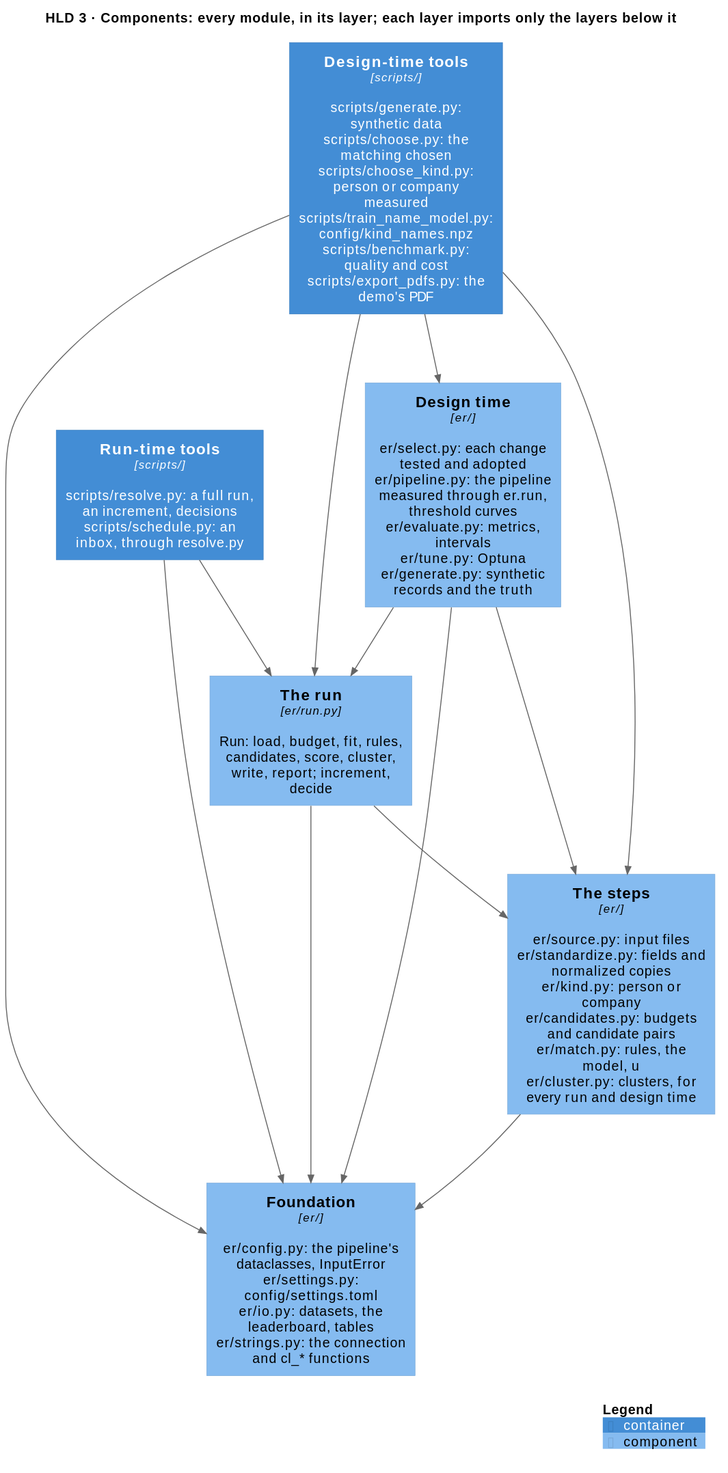
Above: docs/diagrams/components.svg in mvsbm/entity_matching (PlantUML), before the change.
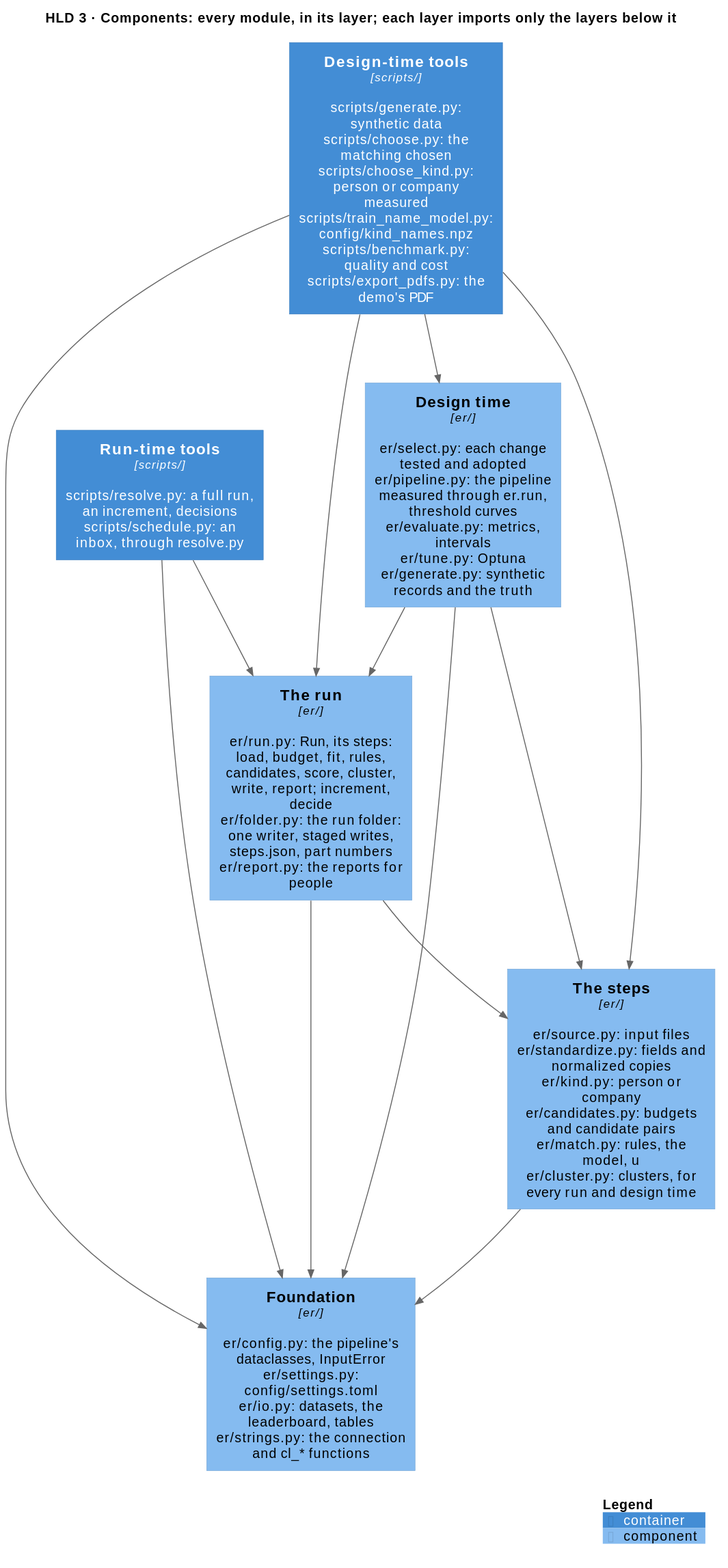
After the commit.

Change to the diagram source:
```diff
@@ -7,7 +7,7 @@
 Container(tools_run, "Run-time tools", "scripts/", "scripts/resolve.py: a full run, an increment, decisions\nscripts/schedule.py: an inbox, through resolve.py")
 Container(tools_design, "Design-time tools", "scripts/", "scripts/generate.py: synthetic data\nscripts/choose.py: the matching chosen\nscripts/choose_kind.py: person or company measured\nscripts/train_name_model.py: config/kind_names.npz\nscripts/benchmark.py: quality and cost\nscripts/export_pdfs.py: the demo's PDF")
 
-Component(run, "The run", "er/run.py", "Run: load, budget, fit, rules, candidates, score, cluster, write, report; increment, decide")
+Component(run, "The run", "er/", "er/run.py: Run, its steps: load, budget, fit, rules, candidates, score, cluster, write, report; increment, decide\ner/folder.py: the run folder: one writer, staged writes, steps.json, part numbers\ner/report.py: the reports for people")
 Component(design, "Design time", "er/", "er/select.py: each change tested and adopted\ner/pipeline.py: the pipeline measured through er.run, threshold curves\ner/evaluate.py: metrics, intervals\ner/tune.py: Optuna\ner/generate.py: synthetic records and the truth")
 Component(steps, "The steps", "er/", "er/source.py: input files\ner/standardize.py: fields and normalized copies\ner/kind.py: person or company\ner/candidates.py: budgets and candidate pairs\ner/match.py: rules, the model, u\ner/cluster.py: clusters, for every run and design time")
 Component(configuration, "Foundation", "er/", "er/config.py: the pipeline's dataclasses, InputError\ner/settings.py: config/settings.toml\ner/io.py: datasets, the leaderboard, tables\ner/strings.py: the connection and cl_* functions")
```
